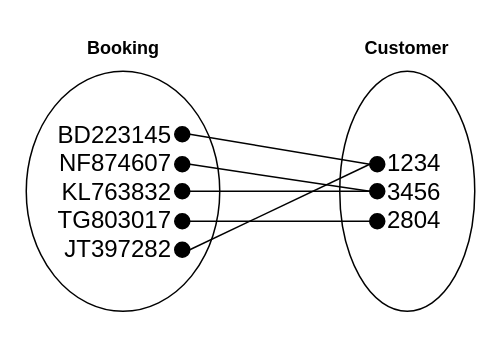
Before: page "EO BC" (12 of 45) of higher/ddd/H-DDD-Clydeview/assets/Diagrams/H DDD Clydeview.drawio in MrFriendCS/MrFriendCS.github.io, a draw.io diagram. Source tidied: cells renumbered, new cells numbered last; positions are measured from the earlier drawing's top-left corner, leaving out a move shared by most shapes. Both pictures are drawn from the tidied source at 150%, with x=0, y=0 at pixel (26, 26).
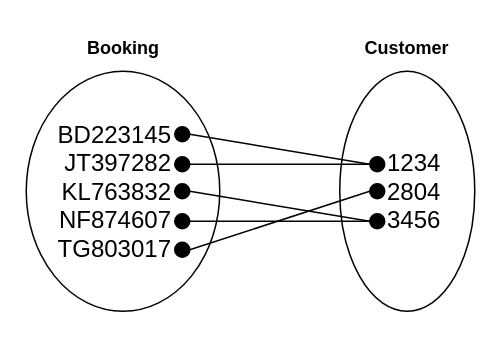
The same page after the edit.

Change to the diagram source:
```diff
@@
-    <mxCell id="2" style="endArrow=none;html=1;rounded=0;entryX=1;entryY=0.5;entryDx=0;entryDy=0;exitX=0;exitY=0.5;exitDx=0;exitDy=0;" parent="1" edge="1" source="17" target="9">
-      <mxGeometry relative="1" as="geometry" />
-    </mxCell>
-    <mxCell id="3" style="endArrow=none;html=1;rounded=0;entryX=1;entryY=0.5;entryDx=0;entryDy=0;exitX=0;exitY=0.5;exitDx=0;exitDy=0;" parent="1" edge="1" source="20" target="12">
-      <mxGeometry relative="1" as="geometry" />
-    </mxCell>
-    <mxCell id="4" style="endArrow=none;html=1;rounded=0;exitX=0;exitY=0.5;exitDx=0;exitDy=0;entryX=1;entryY=0.5;entryDx=0;entryDy=0;" parent="1" edge="1" source="17" target="13">
-      <mxGeometry relative="1" as="geometry" />
-    </mxCell>
-    <mxCell id="5" style="endArrow=none;html=1;rounded=0;entryX=1;entryY=0.5;entryDx=0;entryDy=0;exitX=0;exitY=0.5;exitDx=0;exitDy=0;" parent="1" edge="1" source="18" target="10">
-      <mxGeometry relative="1" as="geometry" />
-    </mxCell>
-    <mxCell id="6" style="endArrow=none;html=1;rounded=0;entryX=1;entryY=0.5;entryDx=0;entryDy=0;exitX=0;exitY=0.5;exitDx=0;exitDy=0;" parent="1" edge="1" source="18" target="11">
-      <mxGeometry relative="1" as="geometry" />
-    </mxCell>
+    <mxCell id="21" style="endArrow=none;html=1;rounded=0;entryX=1;entryY=0.5;entryDx=0;entryDy=0;exitX=0;exitY=0.5;exitDx=0;exitDy=0;" parent="1" edge="1" source="33" target="26">
+      <mxGeometry relative="1" as="geometry" />
+    </mxCell>
+    <mxCell id="22" style="endArrow=none;html=1;rounded=0;entryX=1;entryY=0.5;entryDx=0;entryDy=0;exitX=0;exitY=0.5;exitDx=0;exitDy=0;" parent="1" edge="1" source="36" target="28">
+      <mxGeometry relative="1" as="geometry" />
+    </mxCell>
+    <mxCell id="23" style="endArrow=none;html=1;rounded=0;exitX=0;exitY=0.5;exitDx=0;exitDy=0;entryX=1;entryY=0.5;entryDx=0;entryDy=0;" parent="1" edge="1" source="33" target="27">
+      <mxGeometry relative="1" as="geometry" />
+    </mxCell>
+    <mxCell id="24" style="endArrow=none;html=1;rounded=0;entryX=1;entryY=0.5;entryDx=0;entryDy=0;exitX=0;exitY=0.5;exitDx=0;exitDy=0;" parent="1" edge="1" source="34" target="30">
+      <mxGeometry relative="1" as="geometry" />
+    </mxCell>
@@
-    <mxCell id="8" style="ellipse;whiteSpace=wrap;html=1;fillColor=none;" parent="1" vertex="1">
-      <mxGeometry y="30" width="129" height="160" as="geometry" />
-    </mxCell>
-    <mxCell id="9" style="ellipse;whiteSpace=wrap;html=1;fillColor=#000000;flipH=0;" parent="1" vertex="1">
-      <mxGeometry x="99" y="67" width="10" height="10" as="geometry" />
-    </mxCell>
-    <mxCell id="10" style="ellipse;whiteSpace=wrap;html=1;fillColor=#000000;flipH=0;" parent="1" vertex="1">
-      <mxGeometry x="99" y="87" width="10" height="10" as="geometry" />
-    </mxCell>
-    <mxCell id="11" style="ellipse;whiteSpace=wrap;html=1;fillColor=#000000;flipH=0;" parent="1" vertex="1">
-      <mxGeometry x="99" y="105" width="10" height="10" as="geometry" />
-    </mxCell>
-    <mxCell id="12" style="ellipse;whiteSpace=wrap;html=1;fillColor=#000000;flipH=0;" parent="1" vertex="1">
-      <mxGeometry x="99" y="125" width="10" height="10" as="geometry" />
-    </mxCell>
-    <mxCell id="13" style="ellipse;whiteSpace=wrap;html=1;fillColor=#000000;flipH=0;" parent="1" vertex="1">
-      <mxGeometry x="99" y="144" width="10" height="10" as="geometry" />
-    </mxCell>
-    <mxCell id="14" value="&lt;span style=&quot;font-size:12.0pt;mso-bidi-font-size:14.0pt;&lt;br/&gt;font-family:&amp;quot;Arial&amp;quot;,sans-serif;mso-fareast-font-family:Calibri;mso-fareast-theme-font:&lt;br/&gt;minor-latin;mso-bidi-theme-font:minor-bidi;mso-ansi-language:EN-GB;mso-fareast-language:&lt;br/&gt;EN-US;mso-bidi-language:AR-SA&quot;&gt;BD223145&lt;/span&gt;&lt;div&gt;&lt;span style=&quot;font-size:12.0pt;mso-bidi-font-size:14.0pt;&lt;br/&gt;font-family:&amp;quot;Arial&amp;quot;,sans-serif;mso-fareast-font-family:Calibri;mso-fareast-theme-font:&lt;br/&gt;minor-latin;mso-bidi-theme-font:minor-bidi;mso-ansi-language:EN-GB;mso-fareast-language:&lt;br/&gt;EN-US;mso-bidi-language:AR-SA&quot;&gt;NF874607&lt;/span&gt;&lt;span style=&quot;font-size:12.0pt;mso-bidi-font-size:14.0pt;&lt;br/&gt;font-family:&amp;quot;Arial&amp;quot;,sans-serif;mso-fareast-font-family:Calibri;mso-fareast-theme-font:&lt;br/&gt;minor-latin;mso-bidi-theme-font:minor-bidi;mso-ansi-language:EN-GB;mso-fareast-language:&lt;br/&gt;EN-US;mso-bidi-language:AR-SA&quot;&gt;&lt;br&gt;&lt;/span&gt;&lt;/div&gt;&lt;div&gt;&lt;span style=&quot;font-size:12.0pt;mso-bidi-font-size:14.0pt;&lt;br/&gt;font-family:&amp;quot;Arial&amp;quot;,sans-serif;mso-fareast-font-family:Calibri;mso-fareast-theme-font:&lt;br/&gt;minor-latin;mso-bidi-theme-font:minor-bidi;mso-ansi-language:EN-GB;mso-fareast-language:&lt;br/&gt;EN-US;mso-bidi-language:AR-SA&quot;&gt;KL763832&lt;/span&gt;&lt;span style=&quot;font-size:12.0pt;mso-bidi-font-size:14.0pt;&lt;br/&gt;font-family:&amp;quot;Arial&amp;quot;,sans-serif;mso-fareast-font-family:Calibri;mso-fareast-theme-font:&lt;br/&gt;minor-latin;mso-bidi-theme-font:minor-bidi;mso-ansi-language:EN-GB;mso-fareast-language:&lt;br/&gt;EN-US;mso-bidi-language:AR-SA&quot;&gt;&lt;br&gt;&lt;/span&gt;&lt;/div&gt;&lt;div&gt;&lt;span style=&quot;font-size:12.0pt;mso-bidi-font-size:14.0pt;&lt;br/&gt;font-family:&amp;quot;Arial&amp;quot;,sans-serif;mso-fareast-font-family:Calibri;mso-fareast-theme-font:&lt;br/&gt;minor-latin;mso-bidi-theme-font:minor-bidi;mso-ansi-language:EN-GB;mso-fareast-language:&lt;br/&gt;EN-US;mso-bidi-language:AR-SA&quot;&gt;TG803017&lt;/span&gt;&lt;span style=&quot;font-size:12.0pt;mso-bidi-font-size:14.0pt;&lt;br/&gt;font-family:&amp;quot;Arial&amp;quot;,sans-serif;mso-fareast-font-family:Calibri;mso-fareast-theme-font:&lt;br/&gt;minor-latin;mso-bidi-theme-font:minor-bidi;mso-ansi-language:EN-GB;mso-fareast-language:&lt;br/&gt;EN-US;mso-bidi-language:AR-SA&quot;&gt;&lt;br&gt;&lt;/span&gt;&lt;/div&gt;&lt;div&gt;&lt;span style=&quot;font-size:12.0pt;mso-bidi-font-size:14.0pt;&lt;br/&gt;font-family:&amp;quot;Arial&amp;quot;,sans-serif;mso-fareast-font-family:Calibri;mso-fareast-theme-font:&lt;br/&gt;minor-latin;mso-bidi-theme-font:minor-bidi;mso-ansi-language:EN-GB;mso-fareast-language:&lt;br/&gt;EN-US;mso-bidi-language:AR-SA&quot;&gt;JT397282&lt;/span&gt;&lt;span style=&quot;font-size:12.0pt;mso-bidi-font-size:14.0pt;&lt;br/&gt;font-family:&amp;quot;Arial&amp;quot;,sans-serif;mso-fareast-font-family:Calibri;mso-fareast-theme-font:&lt;br/&gt;minor-latin;mso-bidi-theme-font:minor-bidi;mso-ansi-language:EN-GB;mso-fareast-language:&lt;br/&gt;EN-US;mso-bidi-language:AR-SA&quot;&gt;&lt;br&gt;&lt;/span&gt;&lt;/div&gt;" style="text;html=1;align=right;verticalAlign=middle;whiteSpace=wrap;rounded=0;flipH=0;" parent="1" vertex="1">
-      <mxGeometry x="19" y="60" width="80" height="100" as="geometry" />
-    </mxCell>
-    <mxCell id="15" style="ellipse;whiteSpace=wrap;html=1;fillColor=none;" parent="1" vertex="1">
-      <mxGeometry x="209" y="30" width="90" height="160" as="geometry" />
-    </mxCell>
+    <mxCell id="25" style="ellipse;whiteSpace=wrap;html=1;fillColor=none;" parent="1" vertex="1">
+      <mxGeometry y="30" width="129" height="160" as="geometry" />
+    </mxCell>
+    <mxCell id="26" style="ellipse;whiteSpace=wrap;html=1;fillColor=#000000;flipH=0;" parent="1" vertex="1">
+      <mxGeometry x="99" y="67" width="10" height="10" as="geometry" />
+    </mxCell>
+    <mxCell id="27" style="ellipse;whiteSpace=wrap;html=1;fillColor=#000000;flipH=0;" parent="1" vertex="1">
+      <mxGeometry x="99" y="87" width="10" height="10" as="geometry" />
+    </mxCell>
+    <mxCell id="28" style="ellipse;whiteSpace=wrap;html=1;fillColor=#000000;flipH=0;" parent="1" vertex="1">
+      <mxGeometry x="99" y="105" width="10" height="10" as="geometry" />
+    </mxCell>
+    <mxCell id="29" style="ellipse;whiteSpace=wrap;html=1;fillColor=#000000;flipH=0;" parent="1" vertex="1">
+      <mxGeometry x="99" y="125" width="10" height="10" as="geometry" />
+    </mxCell>
+    <mxCell id="30" style="ellipse;whiteSpace=wrap;html=1;fillColor=#000000;flipH=0;" parent="1" vertex="1">
+      <mxGeometry x="99" y="144" width="10" height="10" as="geometry" />
+    </mxCell>
+    <mxCell id="31" value="&lt;span style=&quot;font-size:12.0pt;mso-bidi-font-size:14.0pt;&lt;br/&gt;font-family:&amp;quot;Arial&amp;quot;,sans-serif;mso-fareast-font-family:Calibri;mso-fareast-theme-font:&lt;br/&gt;minor-latin;mso-bidi-theme-font:minor-bidi;mso-ansi-language:EN-GB;mso-fareast-language:&lt;br/&gt;EN-US;mso-bidi-language:AR-SA&quot;&gt;BD223145&lt;/span&gt;&lt;div&gt;&lt;span style=&quot;font-size: 16px;&quot;&gt;JT397282&lt;/span&gt;&lt;span style=&quot;font-size:12.0pt;mso-bidi-font-size:14.0pt;&lt;br/&gt;font-family:&amp;quot;Arial&amp;quot;,sans-serif;mso-fareast-font-family:Calibri;mso-fareast-theme-font:&lt;br/&gt;minor-latin;mso-bidi-theme-font:minor-bidi;mso-ansi-language:EN-GB;mso-fareast-language:&lt;br/&gt;EN-US;mso-bidi-language:AR-SA&quot;&gt;&lt;br&gt;&lt;/span&gt;&lt;div&gt;&lt;span style=&quot;font-size: 16px; background-color: initial;&quot;&gt;KL763832&lt;/span&gt;&lt;/div&gt;&lt;div&gt;&lt;span style=&quot;font-size:12.0pt;mso-bidi-font-size:14.0pt;&lt;br/&gt;font-family:&amp;quot;Arial&amp;quot;,sans-serif;mso-fareast-font-family:Calibri;mso-fareast-theme-font:&lt;br/&gt;minor-latin;mso-bidi-theme-font:minor-bidi;mso-ansi-language:EN-GB;mso-fareast-language:&lt;br/&gt;EN-US;mso-bidi-language:AR-SA&quot;&gt;NF874607&lt;/span&gt;&lt;span style=&quot;font-size:12.0pt;mso-bidi-font-size:14.0pt;&lt;br/&gt;font-family:&amp;quot;Arial&amp;quot;,sans-serif;mso-fareast-font-family:Calibri;mso-fareast-theme-font:&lt;br/&gt;minor-latin;mso-bidi-theme-font:minor-bidi;mso-ansi-language:EN-GB;mso-fareast-language:&lt;br/&gt;EN-US;mso-bidi-language:AR-SA&quot;&gt;&lt;br&gt;&lt;/span&gt;&lt;/div&gt;&lt;div&gt;&lt;span style=&quot;font-size: 12pt; background-color: initial;&quot;&gt;TG803017&lt;/span&gt;&lt;/div&gt;&lt;/div&gt;" style="text;html=1;align=right;verticalAlign=middle;whiteSpace=wrap;rounded=0;flipH=0;" parent="1" vertex="1">
+      <mxGeometry x="19" y="60" width="80" height="100" as="geometry" />
+    </mxCell>
+    <mxCell id="32" style="ellipse;whiteSpace=wrap;html=1;fillColor=none;" parent="1" vertex="1">
+      <mxGeometry x="209" y="30" width="90" height="160" as="geometry" />
+    </mxCell>
@@
-    <mxCell id="17" style="ellipse;whiteSpace=wrap;html=1;fillColor=#000000;" parent="1" vertex="1">
-      <mxGeometry x="229" y="87" width="10" height="10" as="geometry" />
-    </mxCell>
-    <mxCell id="18" style="ellipse;whiteSpace=wrap;html=1;fillColor=#000000;" parent="1" vertex="1">
-      <mxGeometry x="229" y="105" width="10" height="10" as="geometry" />
-    </mxCell>
-    <mxCell id="19" value="&lt;span style=&quot;font-size: 16px;&quot;&gt;1234&lt;/span&gt;&lt;div&gt;&lt;span style=&quot;font-size: 16px;&quot;&gt;3456&lt;/span&gt;&lt;/div&gt;&lt;div&gt;&lt;span style=&quot;font-size: 16px;&quot;&gt;2804&lt;/span&gt;&lt;/div&gt;" style="text;html=1;align=left;verticalAlign=middle;whiteSpace=wrap;rounded=0;" parent="1" vertex="1">
-      <mxGeometry x="239" y="80" width="40" height="60" as="geometry" />
-    </mxCell>
-    <mxCell id="20" style="ellipse;whiteSpace=wrap;html=1;fillColor=#000000;" parent="1" vertex="1">
-      <mxGeometry x="229" y="125" width="10" height="10" as="geometry" />
-    </mxCell>
+    <mxCell id="33" style="ellipse;whiteSpace=wrap;html=1;fillColor=#000000;" parent="1" vertex="1">
+      <mxGeometry x="229" y="87" width="10" height="10" as="geometry" />
+    </mxCell>
+    <mxCell id="34" style="ellipse;whiteSpace=wrap;html=1;fillColor=#000000;" parent="1" vertex="1">
+      <mxGeometry x="229" y="105" width="10" height="10" as="geometry" />
+    </mxCell>
+    <mxCell id="35" value="&lt;span style=&quot;font-size: 16px;&quot;&gt;1234&lt;/span&gt;&lt;div&gt;&lt;span style=&quot;font-size: 16px; background-color: initial;&quot;&gt;2804&lt;/span&gt;&lt;br&gt;&lt;/div&gt;&lt;div&gt;&lt;span style=&quot;font-size: 16px;&quot;&gt;3456&lt;/span&gt;&lt;span style=&quot;font-size: 16px; background-color: initial;&quot;&gt;&lt;br&gt;&lt;/span&gt;&lt;/div&gt;" style="text;html=1;align=left;verticalAlign=middle;whiteSpace=wrap;rounded=0;" parent="1" vertex="1">
+      <mxGeometry x="239" y="80" width="40" height="60" as="geometry" />
+    </mxCell>
+    <mxCell id="36" style="ellipse;whiteSpace=wrap;html=1;fillColor=#000000;" parent="1" vertex="1">
+      <mxGeometry x="229" y="125" width="10" height="10" as="geometry" />
+    </mxCell>
+    <mxCell id="37" style="endArrow=none;html=1;rounded=0;entryX=1;entryY=0.5;entryDx=0;entryDy=0;exitX=0;exitY=0.5;exitDx=0;exitDy=0;" parent="1" edge="1" source="36" target="29">
+      <mxGeometry relative="1" as="geometry" />
+    </mxCell>
```
